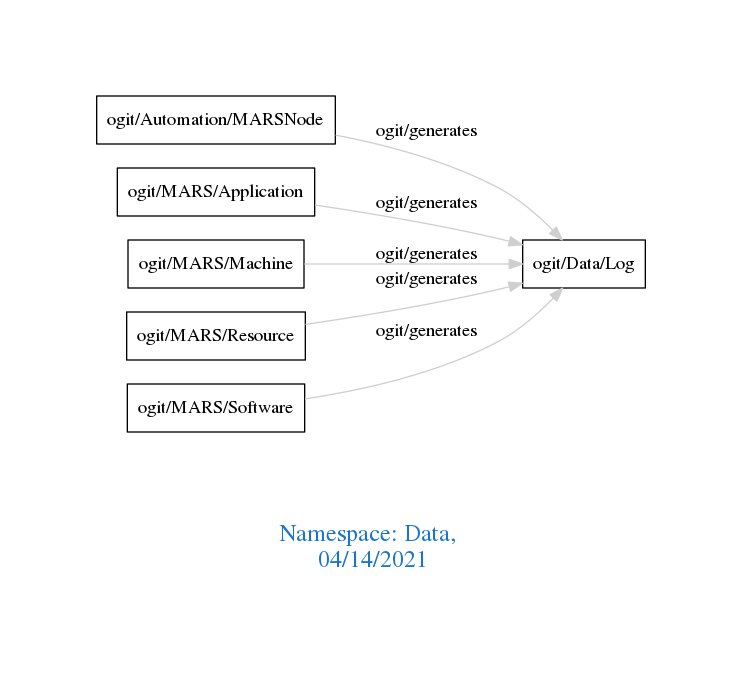
arago/OGIT keeps this Graphviz diagram as downloads/Data.png. Above is the earlier version. Its source is kept beside it as downloads/Data.dot.
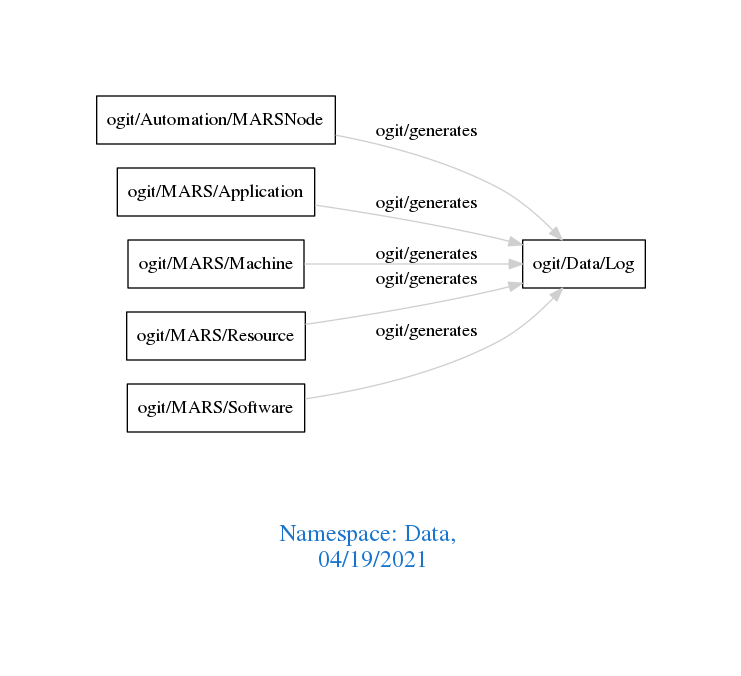
The same file after the commit.

Diff of the diagram source:
```diff
@@ -1,7 +1,7 @@
 digraph OGIT_ontology {
  graph [ rankdir= LR,pad=1
 fontsize = 18,
-fontcolor= dodgerblue3,label = "\n\n\nNamespace: Data, \n 04/14/2021"];
+fontcolor= dodgerblue3,label = "\n\n\nNamespace: Data, \n 04/19/2021"];
 node[shape=polygon];
 edge [  color="gray81"];
 
```
